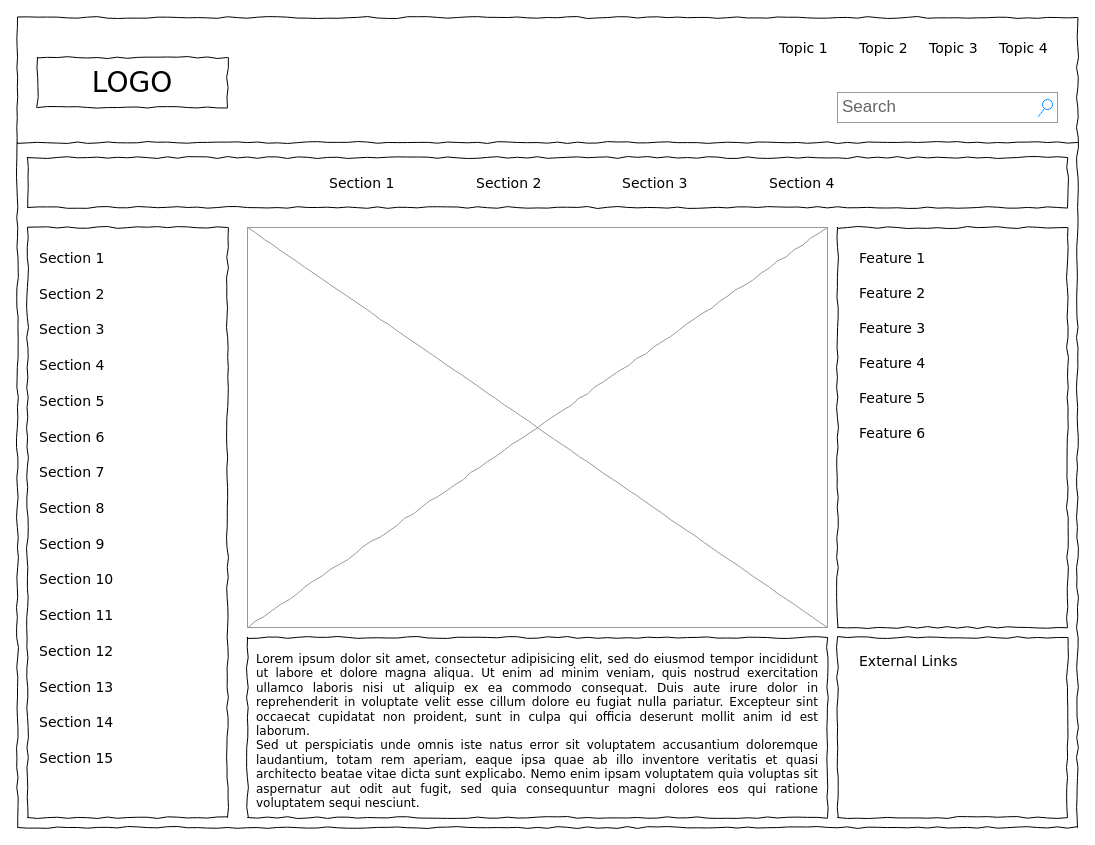
The draw.io diagram 未命名绘图.drawio in Marston2y/ICT452, before the edit. Source tidied: cells renumbered, new cells numbered last; positions are measured from the earlier drawing's top-left corner, leaving out a move shared by most shapes. Both pictures are drawn from the tidied source at 100%, with x=0, y=0 at pixel (17, 17).
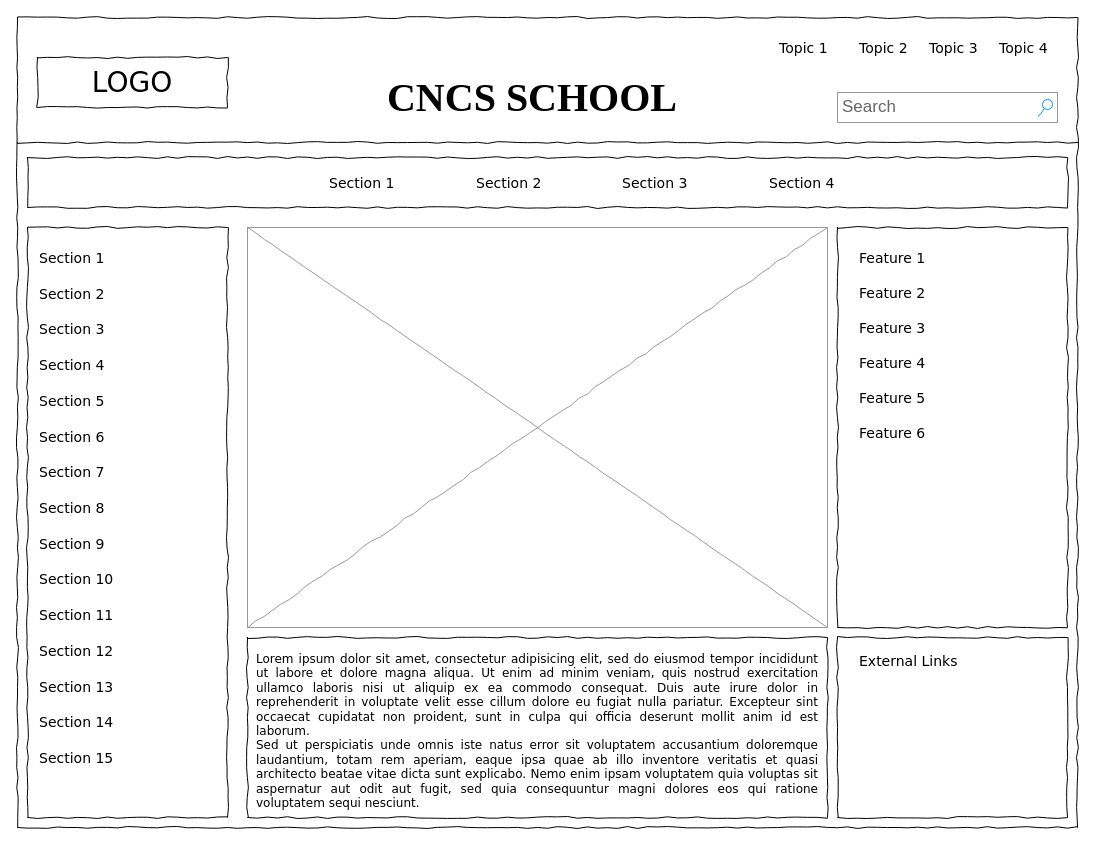
Above is the later version.

Commit message:
更新未命名绘图.drawio

Change to the diagram source:
```diff
@@
+    <mxCell id="42" value="&lt;b&gt;&lt;font face=&quot;Garamond&quot; style=&quot;font-size: 40px;&quot;&gt;CNCS SCHOOL&lt;/font&gt;&lt;/b&gt;" style="text;html=1;strokeColor=none;fillColor=none;align=center;verticalAlign=middle;whiteSpace=wrap;rounded=0;" parent="1" vertex="1">
+      <mxGeometry x="260" y="50" width="510" height="60" as="geometry" />
+    </mxCell>
```
